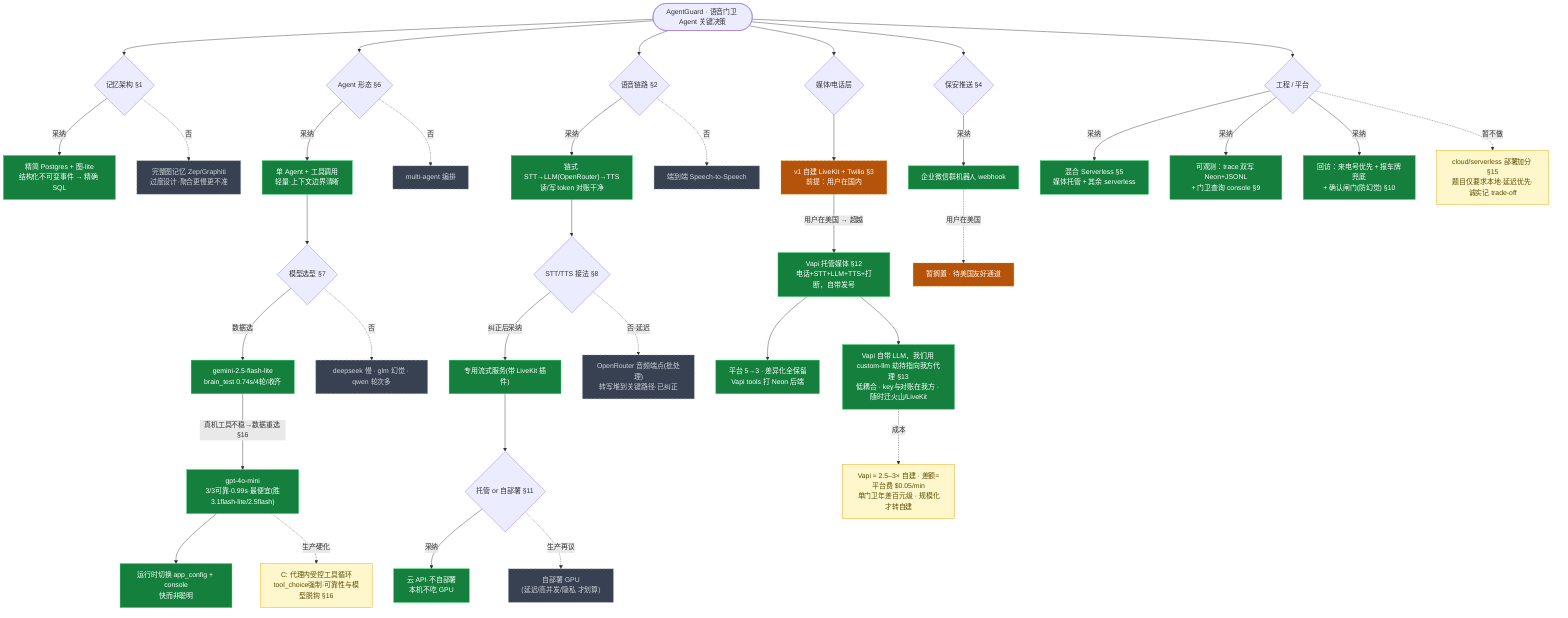
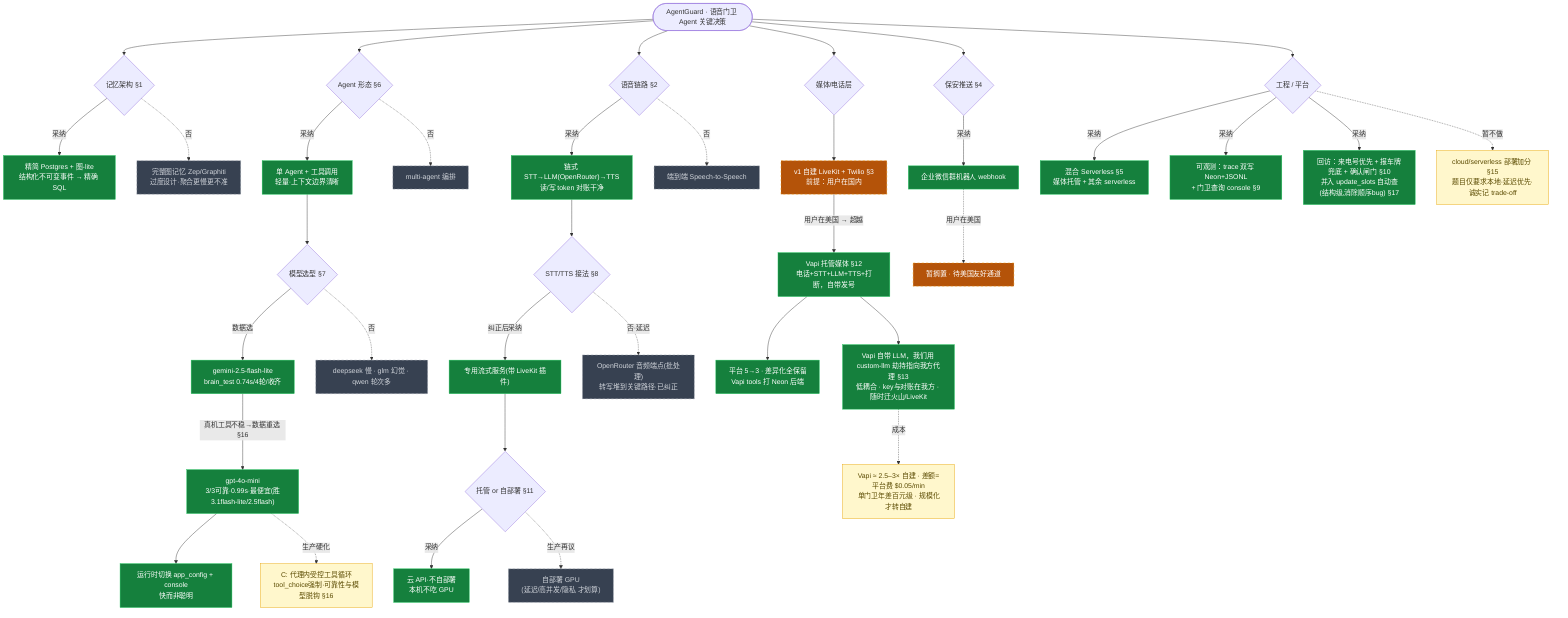
%% AgentGuard 关键决策树
%% 纪律：每做一个决策点 → 这里加节点 + docs/HANDOFF.md 追加对应 ADR(§N)，两者同步。
%% 图例：绿=采纳 / 灰虚线=否决 / 橙虚线=已被超越(演进)
%% 渲染：mermaid.live 或 VS Code Mermaid 插件
flowchart TD
    ROOT(["AgentGuard · 语音门卫 Agent 关键决策"])

    %% ---- 记忆 ----
    ROOT --> M{"记忆架构 §1"}
    M -->|采纳| M1["精简 Postgres + 图-lite<br/>结构化不可变事件 → 精确 SQL"]:::pick
    M -.否.-> M2["完整图记忆 Zep/Graphiti<br/>过度设计·聚合更慢更不准"]:::drop

    %% ---- 大脑 ----
    ROOT --> B{"Agent 形态 §6"}
    B -->|采纳| B1["单 Agent + 工具调用<br/>轻量·上下文边界清晰"]:::pick
    B -.否.-> B2["multi-agent 编排"]:::drop
    B1 --> B3{"模型选型 §7"}
    B3 -->|数据选| B3a["gemini-2.5-flash-lite<br/>brain_test 0.74s/4轮/收齐"]:::pick
    B3 -.否.-> B3b["deepseek 慢 · glm 幻觉 · qwen 轮次多"]:::drop
    B3a -->|"真机工具不稳→数据重选 §16"| B3c["gpt-4o-mini<br/>3/3可靠·0.99s·最便宜(胜3.1flash-lite/2.5flash)"]:::pick
    B3c --> B4["运行时切换 app_config + console<br/>快而非聪明"]:::pick
    B3c -.->|"生产硬化"| B6["C: 代理内受控工具循环<br/>tool_choice强制·可靠性与模型脱钩 §16"]:::note

    %% ---- 语音处理 ----
    ROOT --> V{"语音链路 §2"}
    V -->|采纳| V1["链式 STT→LLM(OpenRouter)→TTS<br/>读/写 token 对账干净"]:::pick
    V -.否.-> V2["端到端 Speech-to-Speech"]:::drop
    V1 --> V3{"STT/TTS 接法 §8"}
    V3 -->|纠正后采纳| V3a["专用流式服务(带 LiveKit 插件)"]:::pick
    V3 -.否·延迟.-> V3b["OpenRouter 音频端点(批处理)<br/>转写堆到关键路径·已纠正"]:::drop
    V3a --> V4{"托管 or 自部署 §11"}
    V4 -->|采纳| V4a["云 API·不自部署<br/>本机不吃 GPU"]:::pick
    V4 -.生产再议.-> V4b["自部署 GPU<br/>(延迟/高并发/隐私 才划算)"]:::drop

    %% ---- 媒体/电话（演进）----
    ROOT --> P{"媒体/电话层"}
    P --> P1["v1 自建 LiveKit + Twilio §3<br/>前提：用户在国内"]:::super
    P1 -->|"用户在美国 → 超越"| P2["Vapi 托管媒体 §12<br/>电话+STT+LLM+TTS+打断，自带发号"]:::pick
    P2 --> P3["平台 5→3 · 差异化全保留<br/>Vapi tools 打 Neon 后端"]:::pick
    P2 --> P4["Vapi 自带 LLM，我们用 custom-llm 劫持指向我方代理 §13<br/>低耦合 · key与对账在我方 · 随时迁火山/LiveKit"]:::pick
    P4 -.成本.-> P5["Vapi ≈ 2.5–3× 自建 · 差额=平台费 $0.05/min<br/>单门卫年差百元级 · 规模化才转自建"]:::note

    %% ---- 保安推送 ----
    ROOT --> W{"保安推送 §4"}
    W -->|采纳| W1["企业微信群机器人 webhook"]:::pick
    W1 -.->|"用户在美国"| W2["暂搁置 · 待美国友好通道"]:::super

    %% ---- 工程/平台 ----
    ROOT --> E{"工程 / 平台"}
    E -->|采纳| E1["混合 Serverless §5<br/>媒体托管 + 其余 serverless"]:::pick
    E -->|采纳| E2["可观测：trace 双写 Neon+JSONL<br/>+ 门卫查询 console §9"]:::pick
-     E -->|采纳| E3["回访：来电号优先 + 报车牌兜底<br/>+ 确认闸门(防幻觉) §10"]:::pick
+     E -->|采纳| E3["回访：来电号优先 + 报车牌兜底 + 确认闸门 §10<br/>并入 update_slots 自动查(结构级,消除顺序bug) §17"]:::pick
    E -.->|暂不做| E4["cloud/serverless 部署加分 §15<br/>题目仅要求本地·延迟优先·诚实记 trade-off"]:::note

    classDef pick fill:#15803d,stroke:#22c55e,color:#ffffff
    classDef drop fill:#374151,stroke:#9ca3af,color:#d1d5db,stroke-dasharray:5
    classDef super fill:#b45309,stroke:#f59e0b,color:#ffffff,stroke-dasharray:5
    classDef note fill:#fff7cc,stroke:#e8a302,color:#5a4a00

%% ===================== 成本表（决策12/§13 依据）=====================
%% 同用便宜 provider，全算下来：自建 ~$0.03/min vs Vapi ~$0.08/min，差额=Vapi 平台费 $0.05/min。
%% 按每通 30 秒（15 秒则各项减半）：
%%   车流/天 | 自建/年 | Vapi/年 | 差额/月 | 差额/年
%%      20   |  $110   |  $292   |  $15    |  $182
%%      50   |  $274   |  $730   |  $38    |  $456
%%     100   |  $548   | $1460   |  $75    |  $912
%%     200   | $1095   | $2920   | $150    | $1825
%% 结论：单门卫量级绝对差额百元级（不大），仅百分比(~2.6×)看着高；规模化才是转自建的触发阈值。
%% ==================================================================
